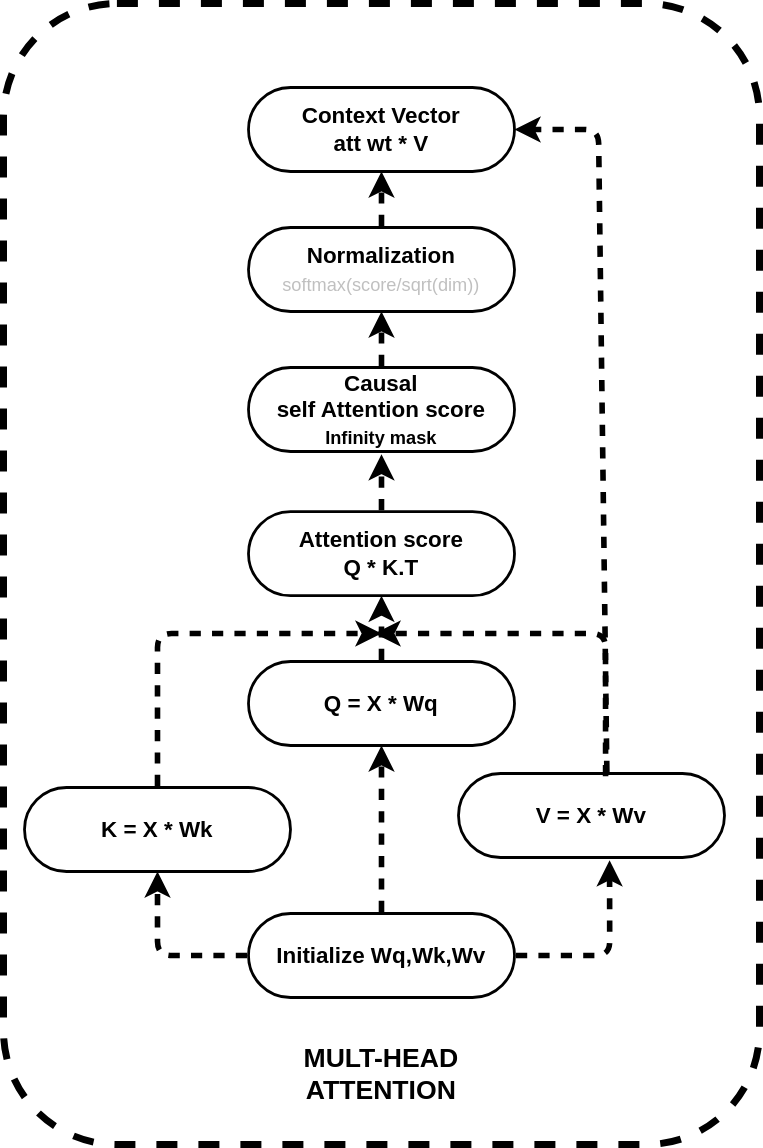
samratkar/samratkar.github.io keeps this draw.io diagram as images/genai/multi-head-attention.svg. Above is the earlier version. Source tidied: cells renumbered, new cells last; positions are measured from the earlier drawing's top-left corner, leaving out a move shared by most shapes.
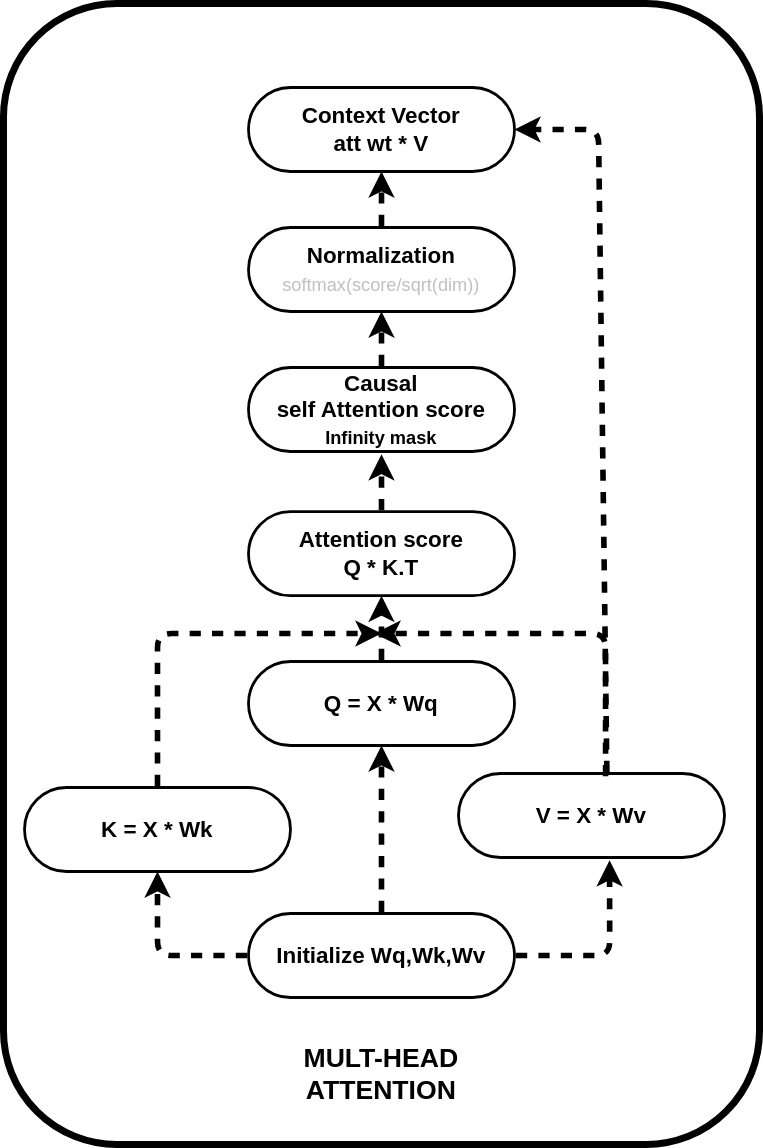
Later version of the same file.

Change to the diagram source:
```diff
@@ -2,7 +2,7 @@
   <root>
     <mxCell id="0" />
     <mxCell id="1" parent="0" />
-    <mxCell id="2" style="rounded=1;whiteSpace=wrap;html=1;dashed=1;fontSize=16;fontStyle=1;strokeWidth=5;fillColor=none;gradientColor=#7ea6e0;strokeColor=#000000;" parent="1" vertex="1">
+    <mxCell id="2" style="rounded=1;whiteSpace=wrap;html=1;fontSize=16;fontStyle=1;strokeWidth=5;fillColor=none;gradientColor=#7ea6e0;strokeColor=#000000;" parent="1" vertex="1">
       <mxGeometry width="540" height="815" as="geometry" />
     </mxCell>
     <mxCell id="3" value="MULT-HEAD ATTENTION" style="text;html=1;align=center;verticalAlign=middle;whiteSpace=wrap;rounded=0;strokeWidth=2;fontSize=19;fontStyle=1;" parent="1" vertex="1">
```
